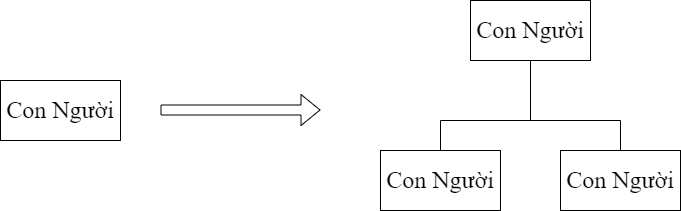
datnham0212/learning keeps this draw.io diagram as Luật thứ hai(trên xuống).png. Above is the earlier version. Source tidied: cells renumbered, new cells last; positions are measured from the earlier drawing's top-left corner, leaving out a move shared by most shapes.
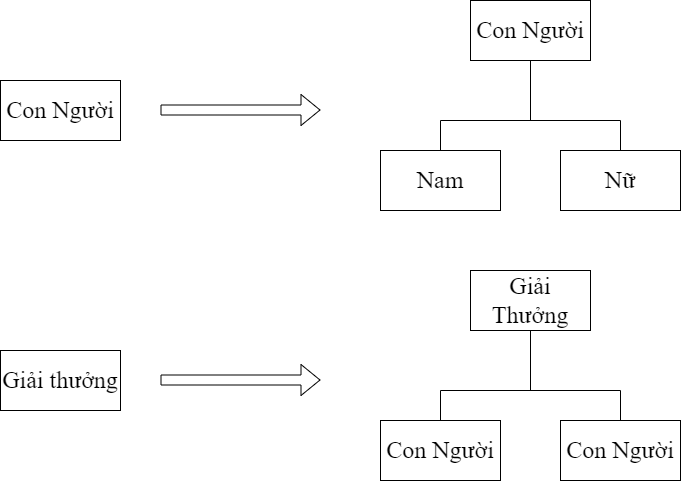
After the change.

Change to the diagram source:
```diff
@@ -14,10 +14,10 @@
     <mxCell id="4" value="Con Người" style="rounded=0;whiteSpace=wrap;html=1;fontFamily=Times New Roman;fontSize=24;" parent="1" vertex="1">
       <mxGeometry x="470" width="120" height="60" as="geometry" />
     </mxCell>
-    <mxCell id="5" value="Con Người" style="rounded=0;whiteSpace=wrap;html=1;fontFamily=Times New Roman;fontSize=24;" parent="1" vertex="1">
+    <mxCell id="5" value="Nam" style="rounded=0;whiteSpace=wrap;html=1;fontFamily=Times New Roman;fontSize=24;" parent="1" vertex="1">
       <mxGeometry x="380" y="150" width="120" height="60" as="geometry" />
     </mxCell>
-    <mxCell id="6" value="Con Người" style="rounded=0;whiteSpace=wrap;html=1;fontFamily=Times New Roman;fontSize=24;" parent="1" vertex="1">
+    <mxCell id="6" value="Nữ" style="rounded=0;whiteSpace=wrap;html=1;fontFamily=Times New Roman;fontSize=24;" parent="1" vertex="1">
       <mxGeometry x="560" y="150" width="120" height="60" as="geometry" />
     </mxCell>
     <mxCell id="7" style="endArrow=none;html=1;rounded=0;" parent="1" edge="1">
@@ -44,5 +44,47 @@
         <mxPoint x="530" y="60" as="targetPoint" />
       </mxGeometry>
     </mxCell>
+    <mxCell id="11" value="Giải thưởng" style="rounded=0;whiteSpace=wrap;html=1;fontFamily=Times New Roman;fontSize=24;" parent="1" vertex="1">
+      <mxGeometry y="350" width="120" height="60" as="geometry" />
+    </mxCell>
+    <mxCell id="12" style="shape=flexArrow;endArrow=classic;html=1;rounded=0;fontFamily=Times New Roman;fontSize=24;" parent="1" edge="1">
+      <mxGeometry relative="1" as="geometry">
+        <mxPoint x="160" y="379.5" as="sourcePoint" />
+        <mxPoint x="320" y="379.5" as="targetPoint" />
+      </mxGeometry>
+    </mxCell>
+    <mxCell id="13" value="Giải Thưởng" style="rounded=0;whiteSpace=wrap;html=1;fontFamily=Times New Roman;fontSize=24;" parent="1" vertex="1">
+      <mxGeometry x="470" y="270" width="120" height="60" as="geometry" />
+    </mxCell>
+    <mxCell id="14" value="Con Người" style="rounded=0;whiteSpace=wrap;html=1;fontFamily=Times New Roman;fontSize=24;" parent="1" vertex="1">
+      <mxGeometry x="380" y="420" width="120" height="60" as="geometry" />
+    </mxCell>
+    <mxCell id="15" value="Con Người" style="rounded=0;whiteSpace=wrap;html=1;fontFamily=Times New Roman;fontSize=24;" parent="1" vertex="1">
+      <mxGeometry x="560" y="420" width="120" height="60" as="geometry" />
+    </mxCell>
+    <mxCell id="16" style="endArrow=none;html=1;rounded=0;" parent="1" edge="1">
+      <mxGeometry relative="1" as="geometry">
+        <mxPoint x="440" y="420" as="sourcePoint" />
+        <mxPoint x="440" y="390" as="targetPoint" />
+      </mxGeometry>
+    </mxCell>
+    <mxCell id="17" style="endArrow=none;html=1;rounded=0;" parent="1" edge="1">
+      <mxGeometry relative="1" as="geometry">
+        <mxPoint x="620" y="420" as="sourcePoint" />
+        <mxPoint x="620" y="390" as="targetPoint" />
+      </mxGeometry>
+    </mxCell>
+    <mxCell id="18" style="endArrow=none;html=1;rounded=0;" parent="1" edge="1">
+      <mxGeometry relative="1" as="geometry">
+        <mxPoint x="440" y="390" as="sourcePoint" />
+        <mxPoint x="620" y="390" as="targetPoint" />
+      </mxGeometry>
+    </mxCell>
+    <mxCell id="19" style="endArrow=none;html=1;rounded=0;" parent="1" edge="1">
+      <mxGeometry relative="1" as="geometry">
+        <mxPoint x="530" y="390" as="sourcePoint" />
+        <mxPoint x="530" y="330" as="targetPoint" />
+      </mxGeometry>
+    </mxCell>
   </root>
 </mxGraphModel>
```
